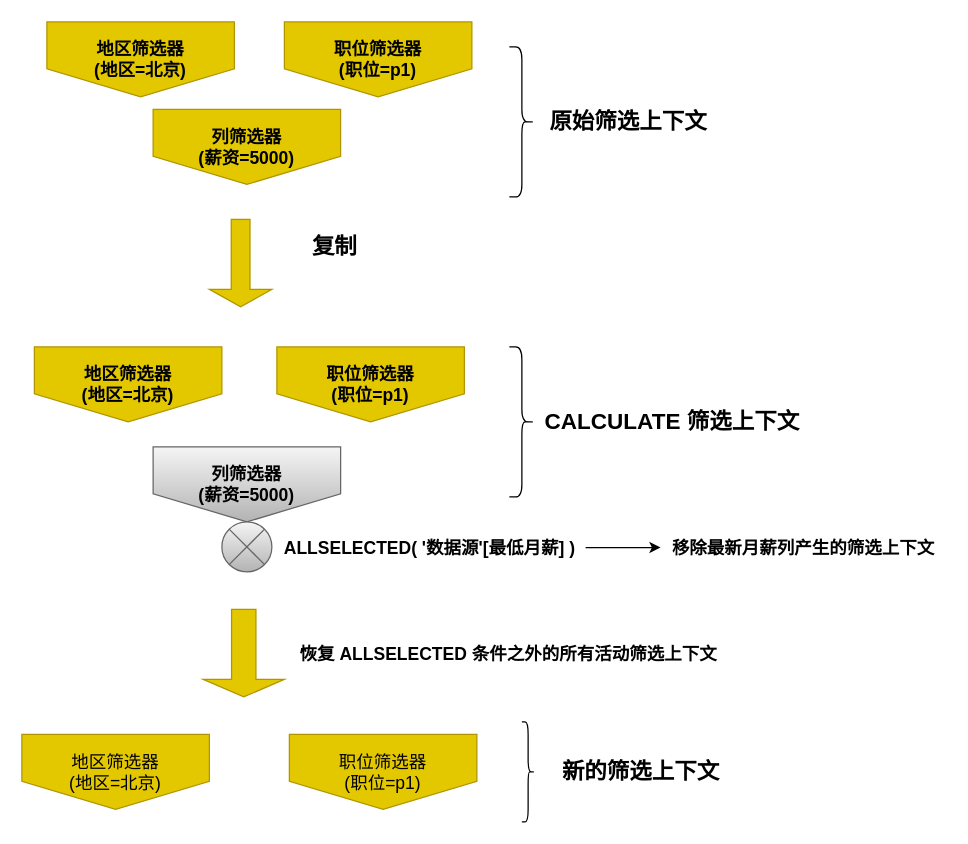
This is page "ALLSELECTED调节器计值过程" (1 of 2) of ALLSELECTED调节器执行逻辑.drawio from RecordLiu/blog_imgs, a draw.io file, before an edit. Source tidied: cells renumbered, new cells numbered last; positions are measured from the earlier drawing's top-left corner, leaving out a move shared by most shapes. Both pictures are drawn from the tidied source at 125%, with x=0, y=0 at pixel (21, 21).
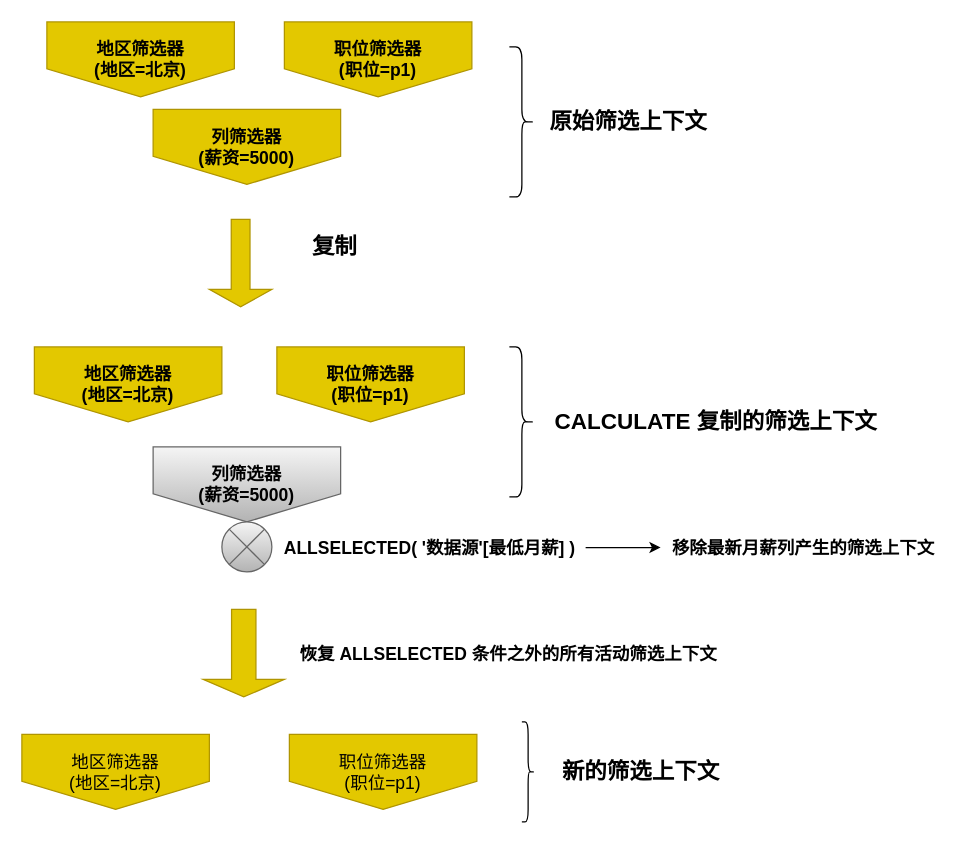
The same page after the edit.

Commit message:
更新ALLSELECTED调节器执行逻辑.drawio

What changed in the source:
```diff
@@
-    <mxCell id="13" value="&lt;font style=&quot;font-size: 18px;&quot;&gt;&lt;b&gt;CALCULATE 筛选上下文&lt;/b&gt;&lt;/font&gt;" style="text;html=1;align=center;verticalAlign=middle;strokeColor=none;fillColor=none;" parent="1" vertex="1">
-      <mxGeometry x="409" y="303" width="222" height="34" as="geometry" />
+    <mxCell id="13" value="&lt;font style=&quot;font-size: 18px;&quot;&gt;&lt;b&gt;CALCULATE 复制的筛选上下文&lt;/b&gt;&lt;/font&gt;" style="text;html=1;align=center;verticalAlign=middle;strokeColor=none;fillColor=none;" parent="1" vertex="1">
+      <mxGeometry x="417" y="303" width="276" height="34" as="geometry" />
     </mxCell>
```
